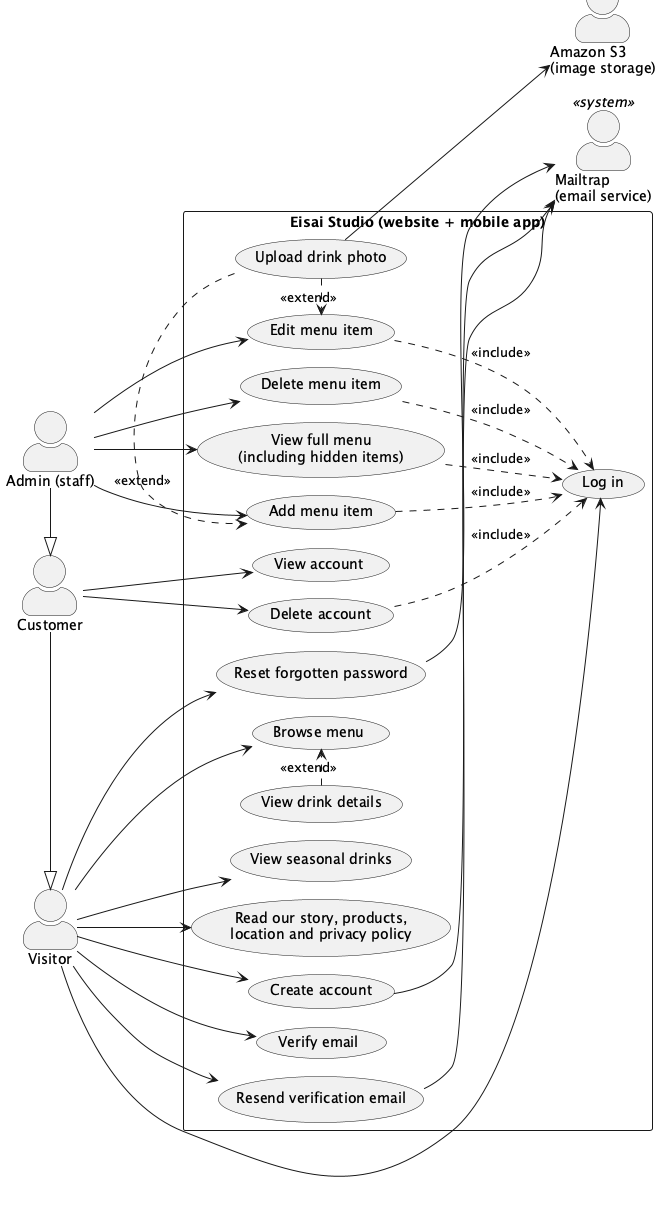
Above: docs/diagrams/use-case.png in rubaismail/eisai-studio-matcha (PlantUML), before the change. The source it was exported from:
```plantuml
@startuml
!pragma layout smetana
left to right direction
skinparam packageStyle rectangle
skinparam actorStyle awesome

actor Visitor
actor Customer
actor "Admin (staff)" as Admin
actor "Mailtrap\n(email service)" as Mailtrap <<system>>
actor "Amazon S3\n(image storage)" as S3 <<system>>

Customer -|> Visitor
Admin -|> Customer

rectangle "Eisai Studio (website + mobile app)" {
  usecase "Browse menu" as UC_Menu
  usecase "View seasonal drinks" as UC_Seasonal
  usecase "View drink details" as UC_Details
  usecase "Read our story, products,\nlocation and privacy policy" as UC_Info

  usecase "Create account" as UC_Register
  usecase "Verify email" as UC_Verify
  usecase "Resend verification email" as UC_Resend
  usecase "Log in" as UC_Login
  usecase "Reset forgotten password" as UC_Reset
  usecase "View account" as UC_Account
  usecase "Delete account" as UC_Delete

  usecase "View full menu\n(including hidden items)" as UC_AdminMenu
  usecase "Add menu item" as UC_Add
  usecase "Edit menu item" as UC_Edit
  usecase "Delete menu item" as UC_Remove
  usecase "Upload drink photo" as UC_Upload
}

Visitor --> UC_Menu
Visitor --> UC_Seasonal
Visitor --> UC_Info
Visitor --> UC_Register
Visitor --> UC_Verify
Visitor --> UC_Resend
Visitor --> UC_Login
Visitor --> UC_Reset

UC_Details .> UC_Menu : <<extend>>

Customer --> UC_Account
Customer --> UC_Delete

Admin --> UC_AdminMenu
Admin --> UC_Add
Admin --> UC_Edit
Admin --> UC_Remove

UC_Add ..> UC_Login : <<include>>
UC_Edit ..> UC_Login : <<include>>
UC_Remove ..> UC_Login : <<include>>
UC_AdminMenu ..> UC_Login : <<include>>
UC_Delete ..> UC_Login : <<include>>
UC_Upload .> UC_Add : <<extend>>
UC_Upload .> UC_Edit : <<extend>>

UC_Register --> Mailtrap
UC_Resend --> Mailtrap
UC_Reset --> Mailtrap
UC_Upload --> S3
@enduml
```
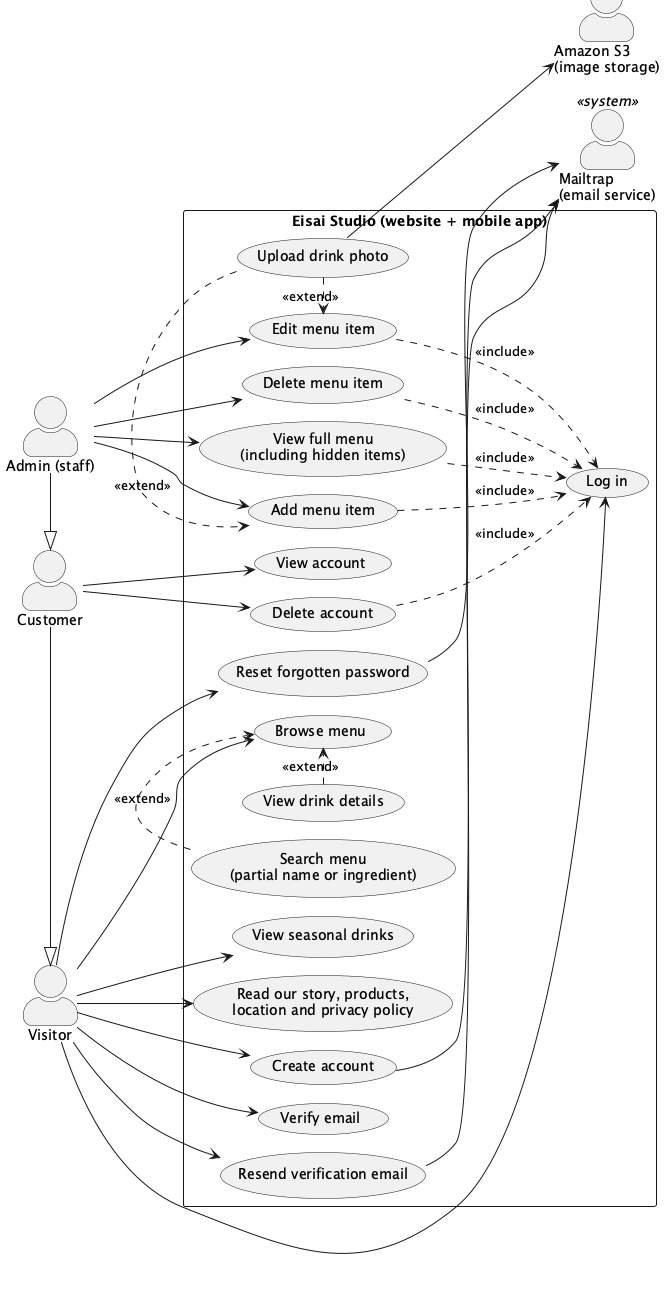
The same diagram one commit later.

Commit message:
Add menu search to the use-case diagram

"Search menu (partial name or ingredient)" extends "Browse menu", matching
the search API added in #128. Exported with PlantUML 1.2024.7 (smetana).

Change to the diagram source:
```diff
@@ -15,6 +15,7 @@
 
 rectangle "Eisai Studio (website + mobile app)" {
   usecase "Browse menu" as UC_Menu
+  usecase "Search menu\n(partial name or ingredient)" as UC_Search
   usecase "View seasonal drinks" as UC_Seasonal
   usecase "View drink details" as UC_Details
   usecase "Read our story, products,\nlocation and privacy policy" as UC_Info
@@ -44,6 +45,7 @@
 Visitor --> UC_Reset
 
 UC_Details .> UC_Menu : <<extend>>
+UC_Search .> UC_Menu : <<extend>>
 
 Customer --> UC_Account
 Customer --> UC_Delete
```
